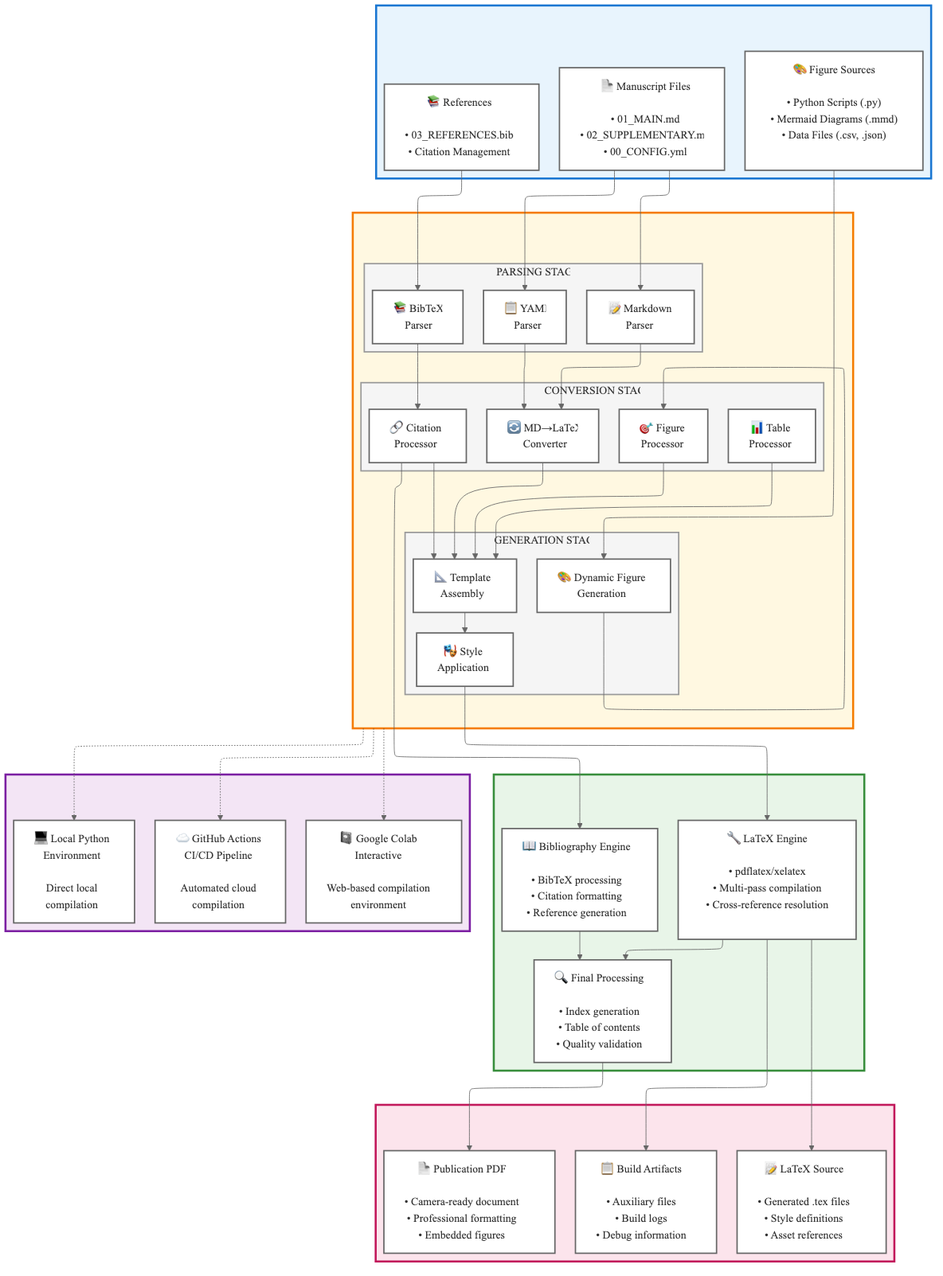
paxcalpt/rxiv-maker keeps this Mermaid diagram as EXAMPLE_MANUSCRIPT/FIGURES/SFigure_1/SFigure_1.png. Above is the earlier version. Its source is kept beside it as EXAMPLE_MANUSCRIPT/FIGURES/SFigure_1.mmd.
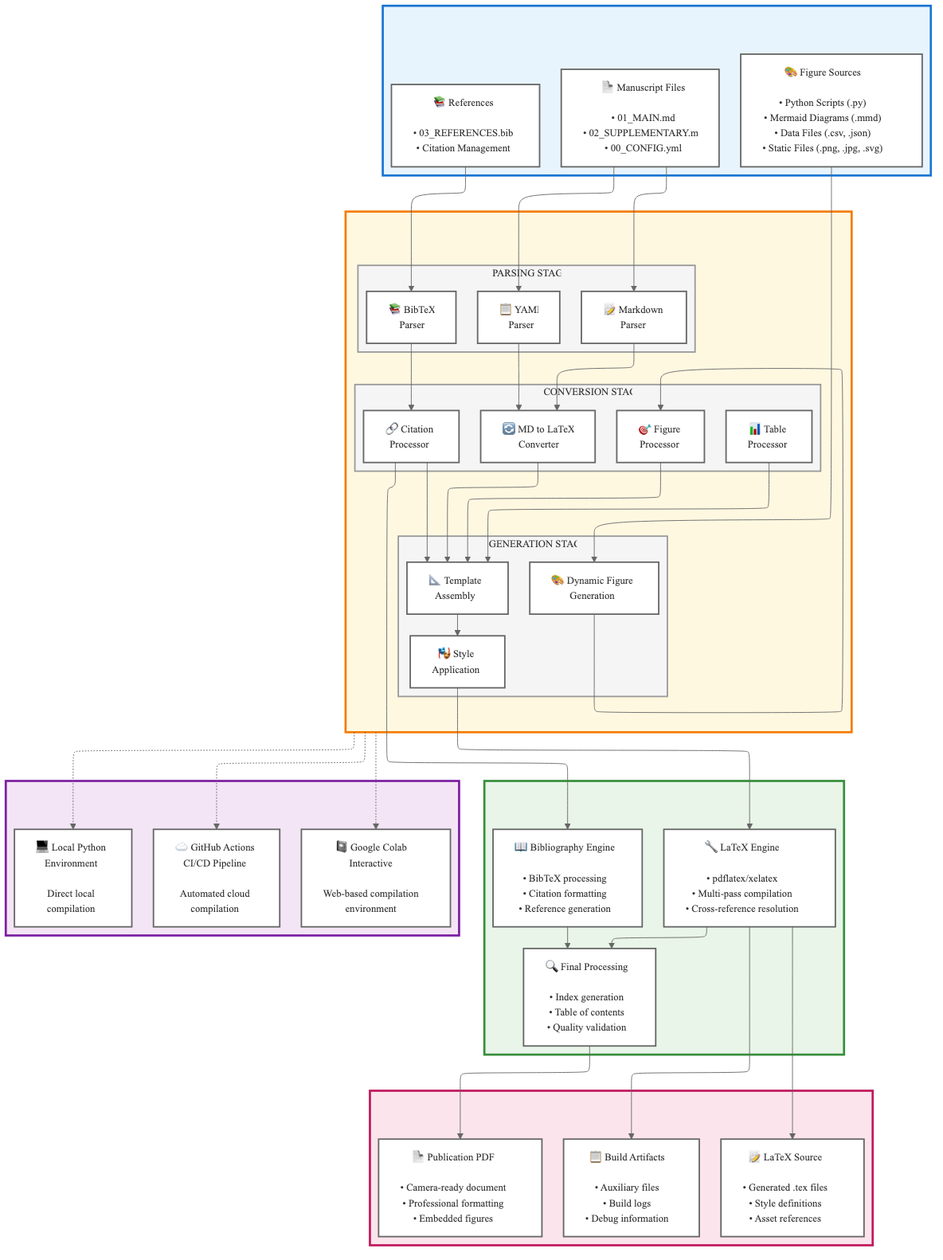
The same diagram one commit later.

The edit, as a diff of the source:
```diff
@@ -3,7 +3,7 @@
   theme: base
   themeVariables:
     fontFamily: 'Arial, Helvetica, sans-serif'
-    fontSize: 16px
+    fontSize: 14px
     primaryColor: '#ffffff'
     primaryTextColor: '#333333'
     primaryBorderColor: '#cccccc'
@@ -26,7 +26,7 @@
   end
  subgraph B2[CONVERSION STAGE]
     direction LR
-        B2A["🔄 MD→LaTeX<br>Converter"]
+        B2A["🔄 MD to LaTeX<br>Converter"]
         B2B["🎯 Figure<br>Processor"]
         B2C["📊 Table<br>Processor"]
         B2D["🔗 Citation<br>Processor"]
```
